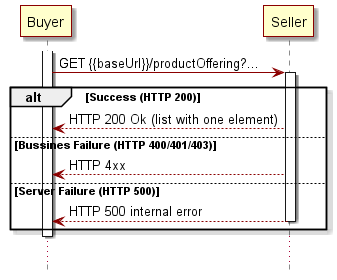
Above: documentation/productApi/catalog/media/retrieveProductOfferingList-seqFlow.png in MEF-GIT/MEF-LSO-Sonata-SDK (PlantUML), before the change. Its diagram source:
```plantuml
@startuml
skinparam {
participantBorderColor DarkRed
participantBorderThickness 1
participantBackgroundColor BUSINESS

LifeLineBorderColor DarkRed
LifeLineBackgroundColor DarkRed

databaseBorderColor Grey
databaseBorderThickness 1

shadowing true
RoundCorner 0
LineColor DarkRed
ArrowColor DarkRed
ArrowThickness 1
}

hide footbox

participant Buyer as b
participant Seller as s

activate b
b -> s++: GET {{baseUrl}}/productOffering?...
alt Success (HTTP 200)
b <-- s: HTTP 200 Ok (list with one element)
else Bussines Failure (HTTP 400/401/403)
b <-- s: HTTP 4xx
else Server Failure (HTTP 500)
b <-- s--: HTTP 500 internal error
end
deactivate b

...
@enduml
```
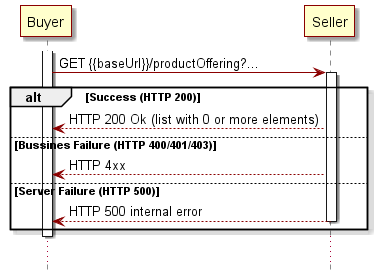
After the change.

The edit, as a diff of the source:
```diff
@@ -25,7 +25,7 @@
 activate b
 b -> s++: GET {{baseUrl}}/productOffering?...
 alt Success (HTTP 200)
-b <-- s: HTTP 200 Ok (list with one element)
+b <-- s: HTTP 200 Ok (list with 0 or more elements)
 else Bussines Failure (HTTP 400/401/403)
 b <-- s: HTTP 4xx
 else Server Failure (HTTP 500)
```
